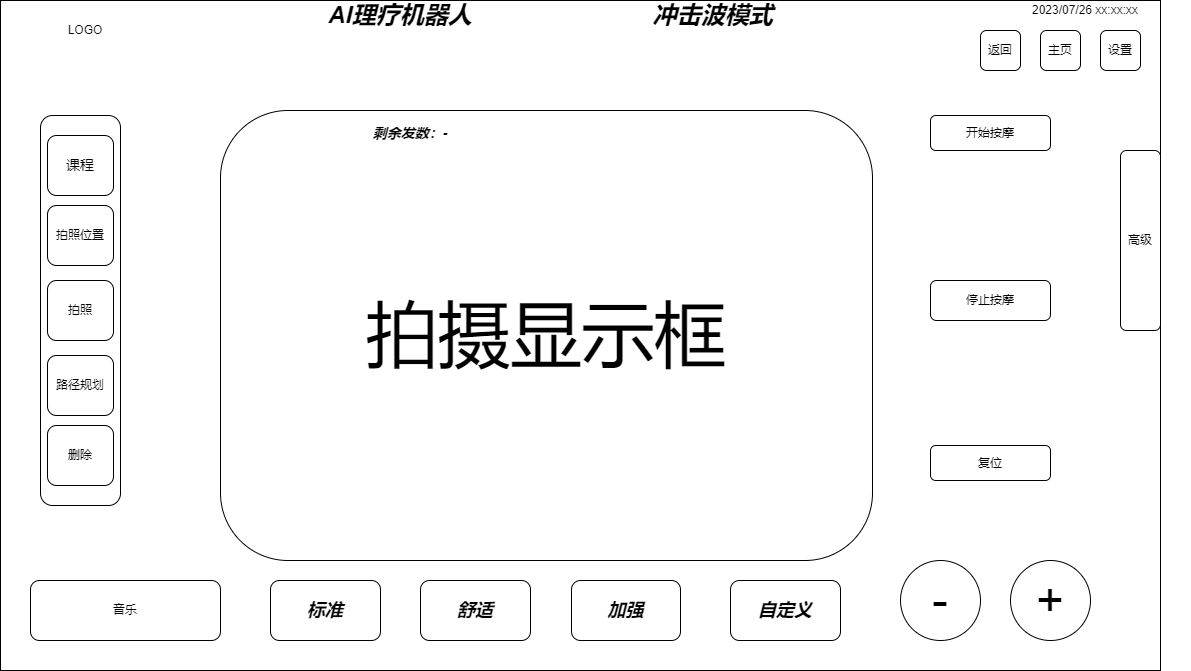
Before: MiaoMiShot.drawio.png, a diagram exported from draw.io (Durpe/Drawio). Source tidied: cells renumbered, new cells last; positions are measured from the earlier drawing's top-left corner, leaving out a move shared by most shapes.
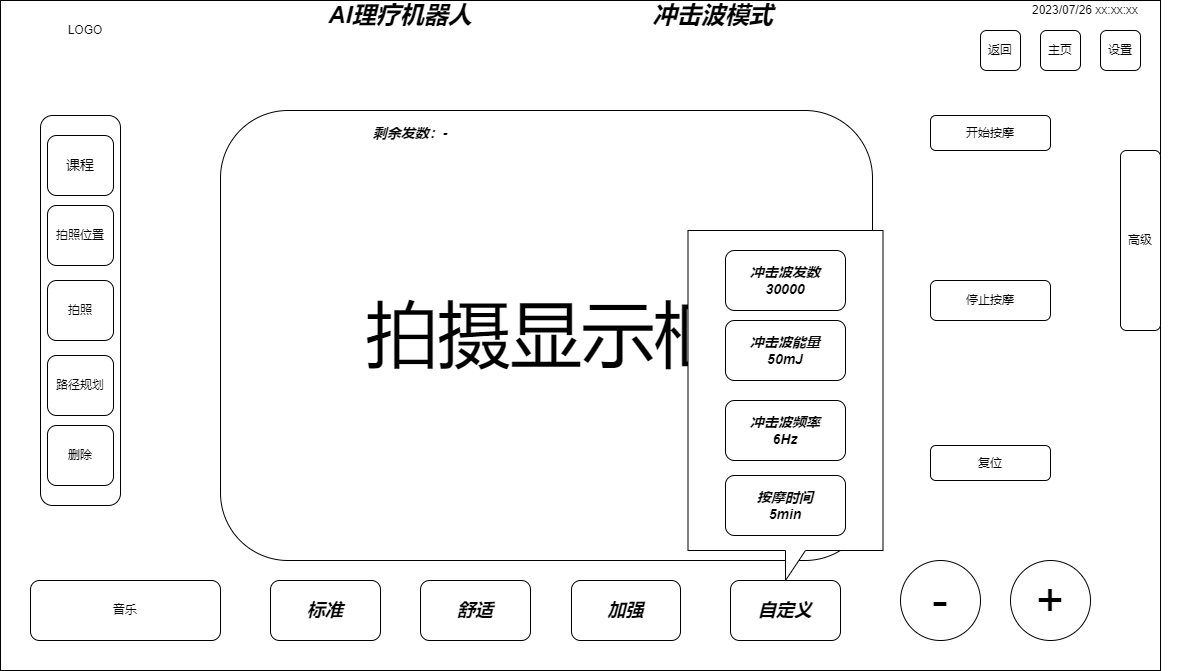
After the change.

Change to the diagram source:
```diff
@@ -83,5 +83,20 @@
     <mxCell id="28" value="&lt;font style=&quot;font-size: 18px;&quot;&gt;&lt;b&gt;&lt;i&gt;自定义&lt;/i&gt;&lt;/b&gt;&lt;/font&gt;" style="rounded=1;whiteSpace=wrap;html=1;" parent="1" vertex="1">
       <mxGeometry x="730" y="580" width="110" height="60" as="geometry" />
     </mxCell>
+    <mxCell id="29" style="shape=callout;whiteSpace=wrap;html=1;perimeter=calloutPerimeter;" parent="1" vertex="1">
+      <mxGeometry x="687.5" y="230" width="195" height="350" as="geometry" />
+    </mxCell>
+    <mxCell id="30" value="&lt;font style=&quot;font-size: 14px;&quot;&gt;&lt;b&gt;&lt;i&gt;冲击波发数&lt;br&gt;30000&lt;/i&gt;&lt;/b&gt;&lt;/font&gt;" style="rounded=1;whiteSpace=wrap;html=1;" parent="1" vertex="1">
+      <mxGeometry x="725" y="250" width="120" height="60" as="geometry" />
+    </mxCell>
+    <mxCell id="31" value="&lt;span style=&quot;font-size: 14px;&quot;&gt;&lt;b&gt;&lt;i&gt;冲击波能量&lt;br&gt;50mJ&lt;br&gt;&lt;/i&gt;&lt;/b&gt;&lt;/span&gt;" style="rounded=1;whiteSpace=wrap;html=1;" parent="1" vertex="1">
+      <mxGeometry x="725" y="320" width="120" height="60" as="geometry" />
+    </mxCell>
+    <mxCell id="32" value="&lt;span style=&quot;font-size: 14px;&quot;&gt;&lt;b&gt;&lt;i&gt;冲击波频率&lt;br&gt;6Hz&lt;br&gt;&lt;/i&gt;&lt;/b&gt;&lt;/span&gt;" style="rounded=1;whiteSpace=wrap;html=1;" parent="1" vertex="1">
+      <mxGeometry x="725" y="400" width="120" height="60" as="geometry" />
+    </mxCell>
+    <mxCell id="33" value="&lt;span style=&quot;font-size: 14px;&quot;&gt;&lt;b&gt;&lt;i&gt;按摩时间&lt;br&gt;5min&lt;br&gt;&lt;/i&gt;&lt;/b&gt;&lt;/span&gt;" style="rounded=1;whiteSpace=wrap;html=1;" parent="1" vertex="1">
+      <mxGeometry x="725" y="475" width="120" height="60" as="geometry" />
+    </mxCell>
   </root>
 </mxGraphModel>
```
